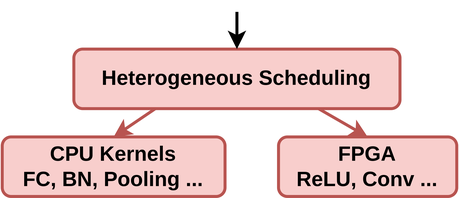
This is slides/figure/process.png from maeri-project/maeri-project.github.io, a draw.io export, as it was before one commit. Source tidied: cells renumbered, new cells last; positions are measured from the earlier drawing's top-left corner, leaving out a move shared by most shapes. Source of this version:
```xml
<mxGraphModel>
  <root>
    <mxCell id="0" />
    <mxCell id="1" parent="0" />
    <mxCell id="2" value="&lt;b&gt;CPU Kernels&lt;br&gt;&lt;/b&gt;&lt;b style=&quot;font-size: 14px&quot;&gt;FC, BN, Pooling ...&lt;br style=&quot;font-size: 14px&quot;&gt;&lt;/b&gt;" style="whiteSpace=wrap;html=1;rounded=1;strokeWidth=2;fillColor=#f8cecc;strokeColor=#b85450;fontSize=14;" parent="1" vertex="1">
      <mxGeometry y="84.5" width="150" height="40" as="geometry" />
    </mxCell>
    <mxCell id="3" value="&lt;b style=&quot;font-size: 14px&quot;&gt;Heterogeneous Scheduling&lt;br style=&quot;font-size: 14px&quot;&gt;&lt;/b&gt;" style="whiteSpace=wrap;html=1;rounded=1;strokeWidth=2;fillColor=#f8cecc;strokeColor=#b85450;fontSize=14;" parent="1" vertex="1">
      <mxGeometry x="48.2" y="25.5" width="219.6" height="40" as="geometry" />
    </mxCell>
    <mxCell id="4" style="edgeStyle=orthogonalEdgeStyle;rounded=0;jettySize=auto;html=1;exitX=0.5;exitY=1;exitDx=0;exitDy=0;entryX=0.5;entryY=0;entryDx=0;entryDy=0;fontSize=14;strokeWidth=2;" parent="1" edge="1" target="3">
      <mxGeometry relative="1" as="geometry">
        <mxPoint x="158" y="0.5" as="sourcePoint" />
      </mxGeometry>
    </mxCell>
    <mxCell id="5" style="rounded=0;jettySize=auto;html=1;exitX=0.25;exitY=1;exitDx=0;exitDy=0;entryX=0.5;entryY=0;entryDx=0;entryDy=0;fontSize=14;strokeWidth=2;fillColor=#f8cecc;strokeColor=#b85450;" parent="1" edge="1" source="3" target="2">
      <mxGeometry relative="1" as="geometry" />
    </mxCell>
    <mxCell id="6" value="&lt;b style=&quot;font-size: 14px&quot;&gt;FPGA&lt;br&gt;ReLU, Conv ...&lt;br style=&quot;font-size: 14px&quot;&gt;&lt;/b&gt;" style="whiteSpace=wrap;html=1;rounded=1;strokeWidth=2;fillColor=#f8cecc;strokeColor=#b85450;fontSize=14;" parent="1" vertex="1">
      <mxGeometry x="186" y="84.5" width="120" height="40" as="geometry" />
    </mxCell>
    <mxCell id="7" style="rounded=0;jettySize=auto;html=1;exitX=0.75;exitY=1;exitDx=0;exitDy=0;entryX=0.5;entryY=0;entryDx=0;entryDy=0;fontSize=14;strokeWidth=2;fillColor=#f8cecc;strokeColor=#b85450;" parent="1" edge="1" source="3" target="6">
      <mxGeometry relative="1" as="geometry" />
    </mxCell>
  </root>
</mxGraphModel>
```
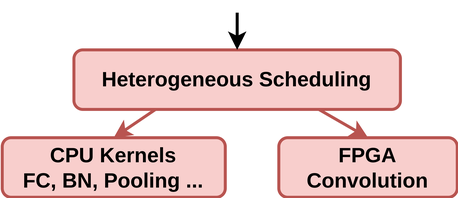
After the change.

The edit, as a diff of the source:
```diff
@@ -16,7 +16,7 @@
     <mxCell id="5" style="rounded=0;jettySize=auto;html=1;exitX=0.25;exitY=1;exitDx=0;exitDy=0;entryX=0.5;entryY=0;entryDx=0;entryDy=0;fontSize=14;strokeWidth=2;fillColor=#f8cecc;strokeColor=#b85450;" parent="1" edge="1" source="3" target="2">
       <mxGeometry relative="1" as="geometry" />
     </mxCell>
-    <mxCell id="6" value="&lt;b style=&quot;font-size: 14px&quot;&gt;FPGA&lt;br&gt;ReLU, Conv ...&lt;br style=&quot;font-size: 14px&quot;&gt;&lt;/b&gt;" style="whiteSpace=wrap;html=1;rounded=1;strokeWidth=2;fillColor=#f8cecc;strokeColor=#b85450;fontSize=14;" parent="1" vertex="1">
+    <mxCell id="6" value="&lt;b style=&quot;font-size: 14px&quot;&gt;FPGA&lt;br&gt;Convolution&lt;br style=&quot;font-size: 14px&quot;&gt;&lt;/b&gt;" style="whiteSpace=wrap;html=1;rounded=1;strokeWidth=2;fillColor=#f8cecc;strokeColor=#b85450;fontSize=14;" parent="1" vertex="1">
       <mxGeometry x="186" y="84.5" width="120" height="40" as="geometry" />
     </mxCell>
     <mxCell id="7" style="rounded=0;jettySize=auto;html=1;exitX=0.75;exitY=1;exitDx=0;exitDy=0;entryX=0.5;entryY=0;entryDx=0;entryDy=0;fontSize=14;strokeWidth=2;fillColor=#f8cecc;strokeColor=#b85450;" parent="1" edge="1" source="3" target="6">
```
